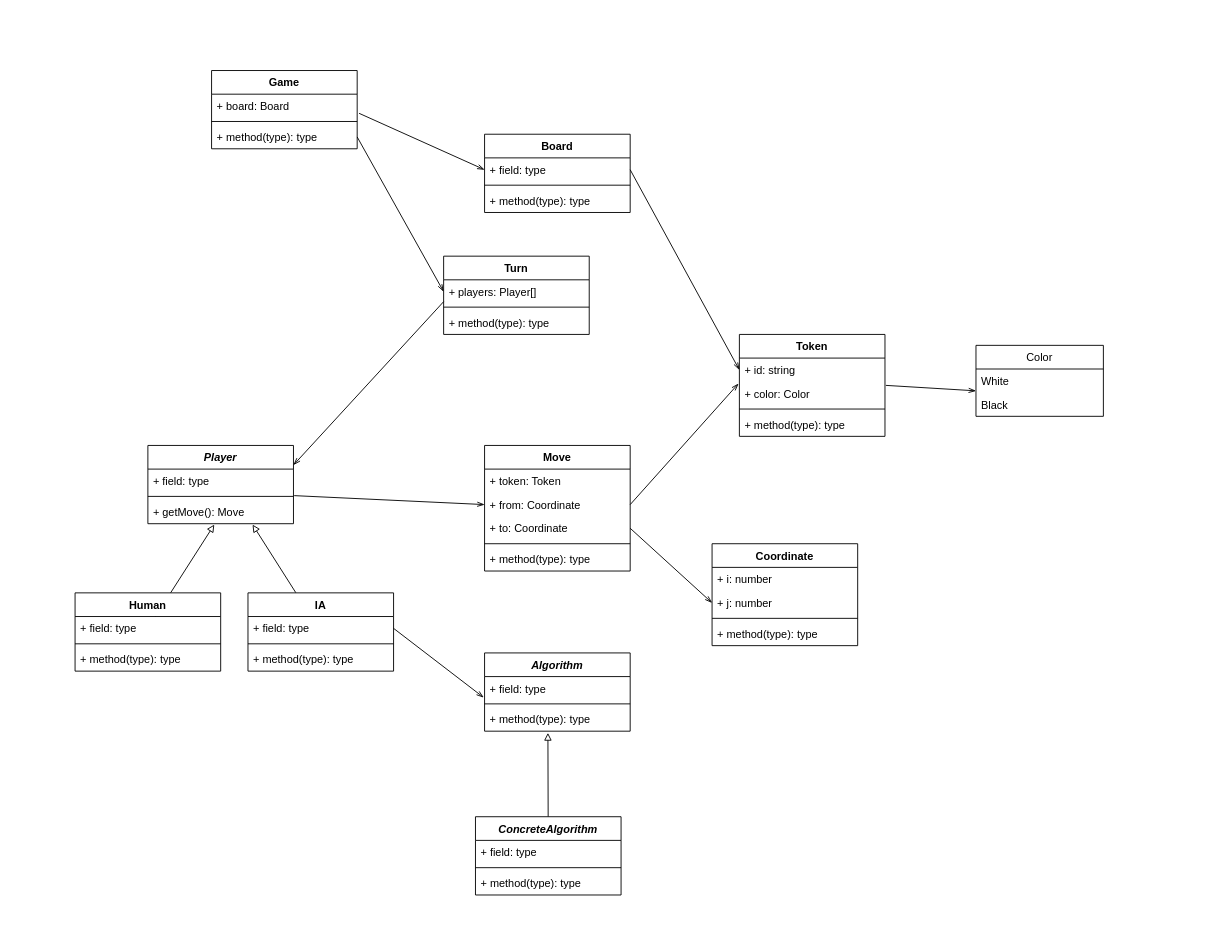
The draw.io diagram page "UML" (1 of 2) of UML.drawio in Master-Desarrollo-20-21/patrones-diseno---practica-final---juego-de-las-damas-fraylopez, before the edit. Source tidied: cells renumbered, new cells numbered last; positions are measured from the earlier drawing's top-left corner, leaving out a move shared by most shapes. Both pictures are drawn from the tidied source at 91%, with x=0, y=0 at pixel (75, 70).
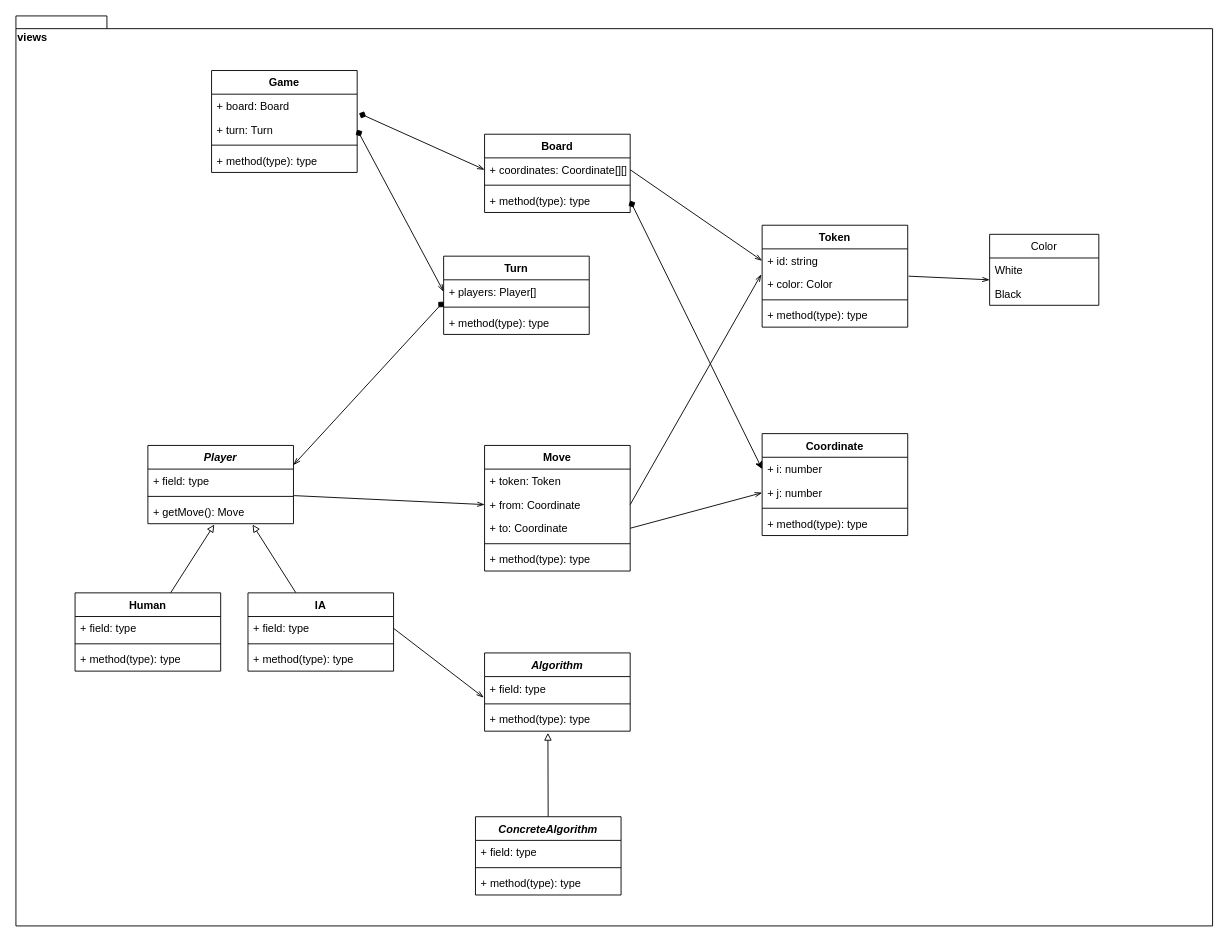
Above is the later version.

Unchanged cells that the change refers to:
```xml
<mxCell id="4" value="+ board: Board" style="text;strokeColor=none;fillColor=none;align=left;verticalAlign=top;spacingLeft=4;spacingRight=4;overflow=hidden;points=[[0,0.5],[1,0.5]];portConstraint=eastwest;" parent="3" vertex="1">
  <mxGeometry y="26" width="160" height="26" as="geometry" />
</mxCell>
<mxCell id="7" value="Board" style="swimlane;fontStyle=1;align=center;verticalAlign=top;horizontal=1;startSize=26;" parent="1" vertex="1">
  <mxGeometry x="450" y="70" width="160" height="86" as="geometry" />
</mxCell>
<mxCell id="10" value="+ method(type): type" style="text;strokeColor=none;fillColor=none;align=left;verticalAlign=top;spacingLeft=4;spacingRight=4;overflow=hidden;points=[[0,0.5],[1,0.5]];portConstraint=eastwest;" parent="7" vertex="1">
  <mxGeometry y="60" width="160" height="26" as="geometry" />
</mxCell>
<mxCell id="16" value="Player" style="swimlane;fontStyle=3;align=center;verticalAlign=top;horizontal=1;startSize=26;" parent="1" vertex="1">
  <mxGeometry x="80" y="412" width="160" height="86" as="geometry" />
</mxCell>
<mxCell id="37" value="+ i: number&#10;" style="text;strokeColor=none;fillColor=none;align=left;verticalAlign=top;spacingLeft=4;spacingRight=4;overflow=hidden;points=[[0,0.5],[1,0.5]];portConstraint=eastwest;" parent="36" vertex="1">
  <mxGeometry y="26" width="160" height="26" as="geometry" />
</mxCell>
<mxCell id="49" value="+ players: Player[]" style="text;strokeColor=none;fillColor=none;align=left;verticalAlign=top;spacingLeft=4;spacingRight=4;overflow=hidden;points=[[0,0.5],[1,0.5]];portConstraint=eastwest;" parent="48" vertex="1">
  <mxGeometry y="26" width="160" height="26" as="geometry" />
</mxCell>
```

Change to the diagram source:
```diff
@@
+    <mxCell id="65" value="views" style="shape=folder;fontStyle=1;spacingTop=10;tabWidth=40;tabHeight=14;tabPosition=left;html=1;verticalAlign=top;align=left;" parent="1" vertex="1">
+      <mxGeometry x="-65" y="-60" width="1315" height="1000" as="geometry" />
+    </mxCell>
-    <mxCell id="2" style="edgeStyle=none;rounded=0;jettySize=auto;html=1;entryX=0;entryY=0.5;entryDx=0;entryDy=0;endArrow=openThin;endFill=0;exitX=1.013;exitY=0.808;exitDx=0;exitDy=0;exitPerimeter=0;" parent="1" edge="1" source="4" target="8">
+    <mxCell id="2" style="edgeStyle=none;rounded=0;jettySize=auto;html=1;entryX=0;entryY=0.5;entryDx=0;entryDy=0;endArrow=openThin;endFill=0;exitX=1.013;exitY=0.808;exitDx=0;exitDy=0;exitPerimeter=0;startArrow=diamond;startFill=1;" parent="1" edge="1" source="4" target="8">
       <mxGeometry relative="1" as="geometry" />
     </mxCell>
     <mxCell id="3" value="Game" style="swimlane;fontStyle=1;align=center;verticalAlign=top;horizontal=1;startSize=26;" parent="1" vertex="1">
-      <mxGeometry x="150" width="160" height="86" as="geometry" />
+      <mxGeometry x="150" width="160" height="112" as="geometry" />
     </mxCell>
@@
+    <mxCell id="6" value="+ turn: Turn" style="text;strokeColor=none;fillColor=none;align=left;verticalAlign=top;spacingLeft=4;spacingRight=4;overflow=hidden;points=[[0,0.5],[1,0.5]];portConstraint=eastwest;" parent="3" vertex="1">
+      <mxGeometry y="52" width="160" height="26" as="geometry" />
+    </mxCell>
     <mxCell id="5" style="line;strokeWidth=1;fillColor=none;align=left;verticalAlign=middle;spacingTop=-1;spacingLeft=3;spacingRight=3;labelPosition=right;" parent="3" vertex="1">
-      <mxGeometry y="52" width="160" height="8" as="geometry" />
+      <mxGeometry y="78" width="160" height="8" as="geometry" />
     </mxCell>
-    <mxCell id="6" value="+ method(type): type" style="text;strokeColor=none;fillColor=none;align=left;verticalAlign=top;spacingLeft=4;spacingRight=4;overflow=hidden;points=[[0,0.5],[1,0.5]];portConstraint=eastwest;" parent="3" vertex="1">
-      <mxGeometry y="60" width="160" height="26" as="geometry" />
-    </mxCell>
+    <mxCell id="66" value="+ method(type): type" style="text;strokeColor=none;fillColor=none;align=left;verticalAlign=top;spacingLeft=4;spacingRight=4;overflow=hidden;" parent="3" vertex="1">
+      <mxGeometry y="86" width="160" height="26" as="geometry" />
+    </mxCell>
@@
-    <mxCell id="8" value="+ field: type" style="text;strokeColor=none;fillColor=none;align=left;verticalAlign=top;spacingLeft=4;spacingRight=4;overflow=hidden;points=[[0,0.5],[1,0.5]];portConstraint=eastwest;" parent="7" vertex="1">
+    <mxCell id="8" value="+ coordinates: Coordinate[][]" style="text;strokeColor=none;fillColor=none;align=left;verticalAlign=top;spacingLeft=4;spacingRight=4;overflow=hidden;points=[[0,0.5],[1,0.5]];portConstraint=eastwest;" parent="7" vertex="1">
       <mxGeometry y="26" width="160" height="26" as="geometry" />
     </mxCell>
@@
     <mxCell id="11" value="Token" style="swimlane;fontStyle=1;align=center;verticalAlign=top;horizontal=1;startSize=26;" parent="1" vertex="1">
-      <mxGeometry x="730" y="290" width="160" height="112" as="geometry" />
+      <mxGeometry x="755" y="170" width="160" height="112" as="geometry" />
     </mxCell>
@@
     <mxCell id="36" value="Coordinate" style="swimlane;fontStyle=1;align=center;verticalAlign=top;horizontal=1;startSize=26;" parent="1" vertex="1">
-      <mxGeometry x="700" y="520" width="160" height="112" as="geometry" />
+      <mxGeometry x="755" y="399" width="160" height="112" as="geometry" />
     </mxCell>
@@
     <mxCell id="44" value="Color" style="swimlane;fontStyle=0;horizontal=1;startSize=26;fillColor=none;" parent="1" vertex="1">
-      <mxGeometry x="990" y="302" width="140" height="78" as="geometry" />
+      <mxGeometry x="1005" y="180" width="120" height="78" as="geometry" />
     </mxCell>
     <mxCell id="45" value="White" style="text;strokeColor=none;fillColor=none;align=left;verticalAlign=top;spacingLeft=4;spacingRight=4;overflow=hidden;points=[[0,0.5],[1,0.5]];portConstraint=eastwest;" parent="44" vertex="1">
-      <mxGeometry y="26" width="140" height="26" as="geometry" />
+      <mxGeometry y="26" width="120" height="26" as="geometry" />
     </mxCell>
     <mxCell id="46" value="Black" style="text;strokeColor=none;fillColor=none;align=left;verticalAlign=top;spacingLeft=4;spacingRight=4;overflow=hidden;" parent="44" vertex="1">
-      <mxGeometry y="52" width="140" height="26" as="geometry" />
+      <mxGeometry y="52" width="120" height="26" as="geometry" />
     </mxCell>
@@
-    <mxCell id="52" style="edgeStyle=none;rounded=0;jettySize=auto;html=1;entryX=0;entryY=0.5;entryDx=0;entryDy=0;endArrow=openThin;endFill=0;exitX=1;exitY=0.5;exitDx=0;exitDy=0;" parent="1" edge="1" source="6" target="49">
+    <mxCell id="52" style="edgeStyle=none;rounded=0;jettySize=auto;html=1;entryX=0;entryY=0.5;entryDx=0;entryDy=0;endArrow=openThin;endFill=0;exitX=1;exitY=0.5;exitDx=0;exitDy=0;startArrow=diamond;startFill=1;" parent="1" edge="1" source="6" target="49">
       <mxGeometry relative="1" as="geometry" />
     </mxCell>
@@
-    <mxCell id="54" style="edgeStyle=none;rounded=0;jettySize=auto;html=1;entryX=1;entryY=0.25;entryDx=0;entryDy=0;endArrow=openThin;endFill=0;exitX=0;exitY=0.923;exitDx=0;exitDy=0;exitPerimeter=0;" parent="1" edge="1" source="49" target="16">
+    <mxCell id="54" style="edgeStyle=none;rounded=0;jettySize=auto;html=1;entryX=1;entryY=0.25;entryDx=0;entryDy=0;endArrow=openThin;endFill=0;exitX=0;exitY=0.923;exitDx=0;exitDy=0;exitPerimeter=0;startArrow=diamond;startFill=1;" parent="1" edge="1" source="49" target="16">
       <mxGeometry relative="1" as="geometry" />
     </mxCell>
@@
+    <mxCell id="67" style="rounded=0;jettySize=auto;html=1;entryX=0;entryY=0.5;entryDx=0;entryDy=0;startArrow=diamond;startFill=1;exitX=1;exitY=0.5;exitDx=0;exitDy=0;" parent="1" edge="1" source="10" target="37">
+      <mxGeometry relative="1" as="geometry" />
+    </mxCell>
```
